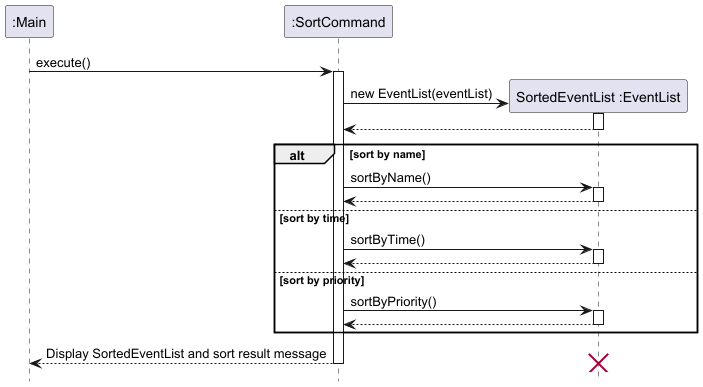
The PlantUML diagram docs/images/SortCommandSequenceDiagram.png in nus-cs2113-AY2425S1/tp, before a commit.
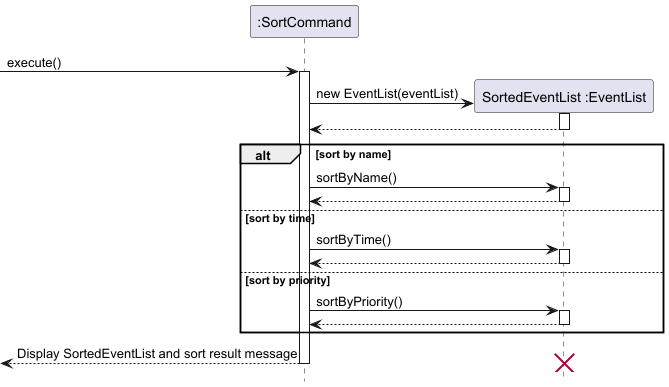
The same file after the commit.

What changed in the source:
```diff
@@ -1,9 +1,9 @@
 @startuml
 hide footbox
-participant ":Main" as Main
+
 participant ":SortCommand" as SC
 
-Main -> SC: execute()
+[-> SC: execute()
 activate SC
 
 create participant "SortedEventList :EventList" as SEL
@@ -30,8 +30,8 @@
 
 end alt
 
-SC --> Main: Display SortedEventList and sort result message
-deactivate SC
+return Display SortedEventList and sort result message
+
 destroy SEL
 
 @enduml
```
